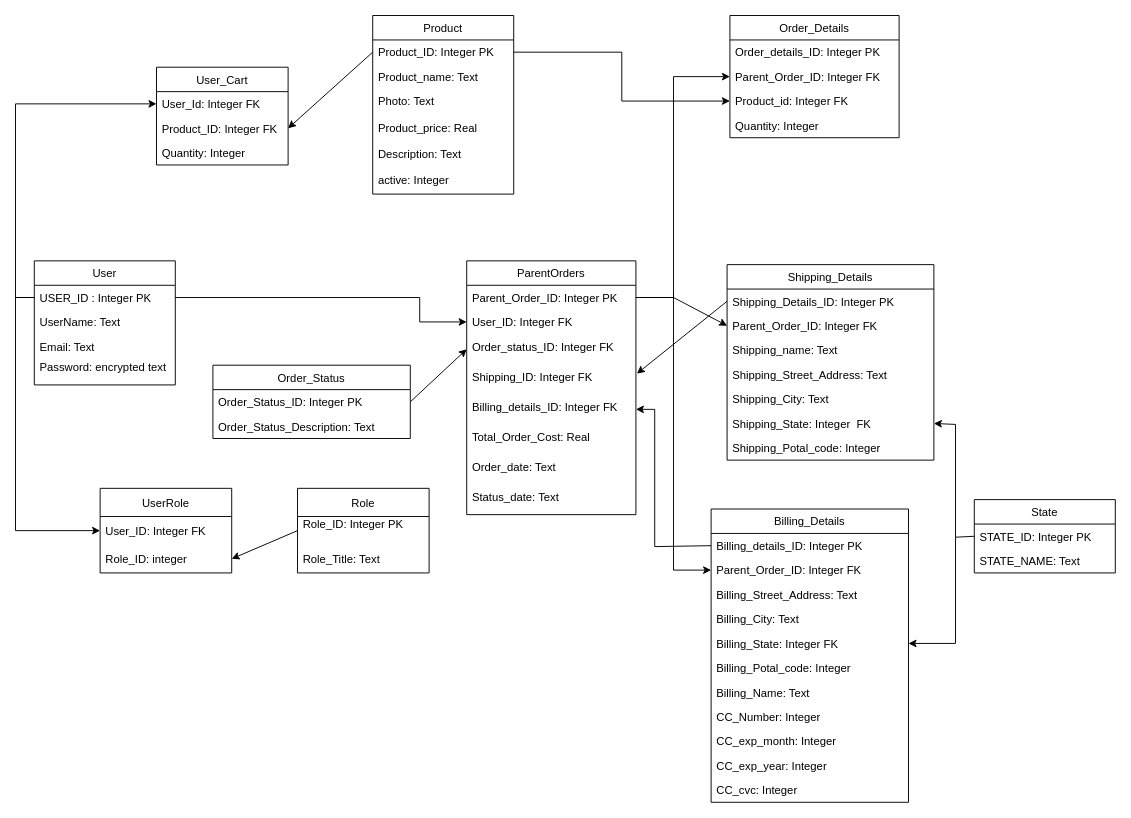
This is Database/ER Diagram.drawio from kimlake117/KWW, a draw.io file, before an edit. Source tidied: cells renumbered, new cells numbered last; positions are measured from the earlier drawing's top-left corner, leaving out a move shared by most shapes. Both pictures are drawn from the tidied source at 94%, with x=0, y=0 at pixel (15, 15).
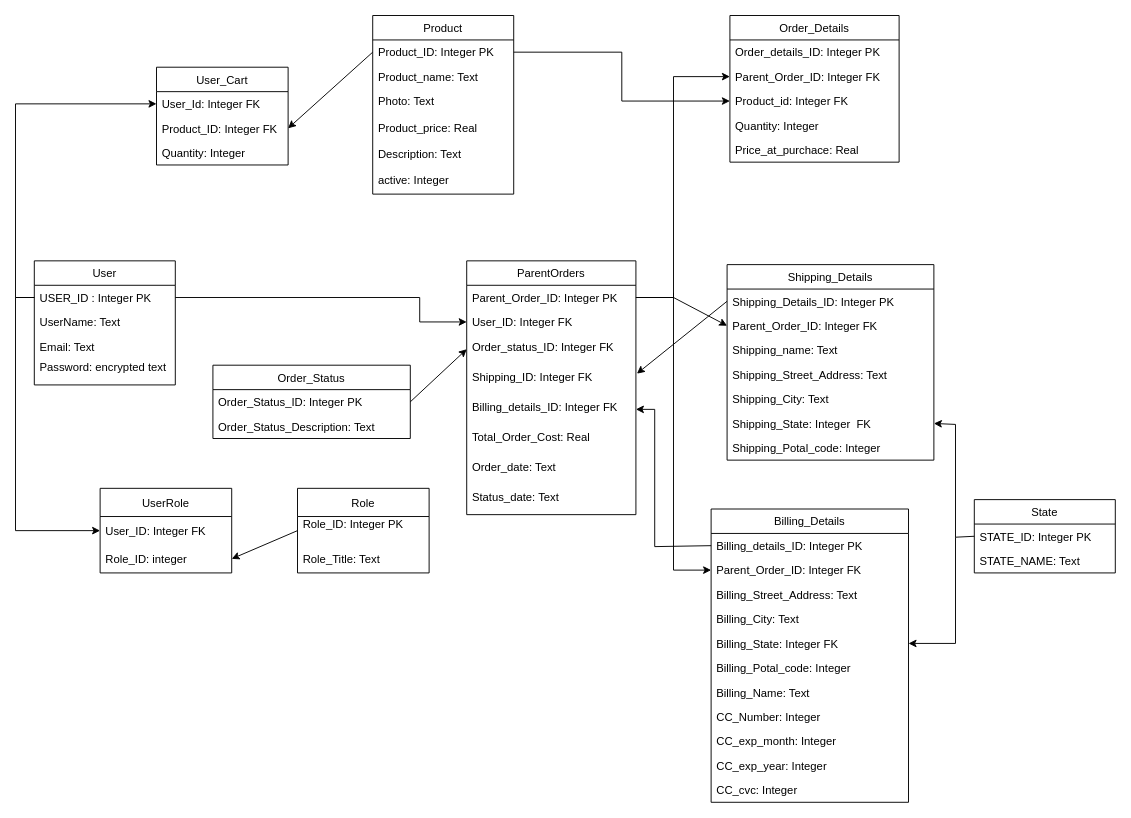
After the change.

The edit, as a diff of the source:
```diff
@@
     <mxCell id="20" value="Order_Details" style="swimlane;fontStyle=0;horizontal=1;startSize=26;fillColor=none;" parent="1" vertex="1">
-      <mxGeometry x="760" width="180" height="130" as="geometry" />
+      <mxGeometry x="760" width="180" height="156" as="geometry" />
     </mxCell>
@@
+    <mxCell id="75" value="Price_at_purchace: Real " style="text;strokeColor=none;fillColor=none;align=left;verticalAlign=top;spacingLeft=4;spacingRight=4;overflow=hidden;" parent="20" vertex="1">
+      <mxGeometry y="130" width="180" height="26" as="geometry" />
+    </mxCell>
```
